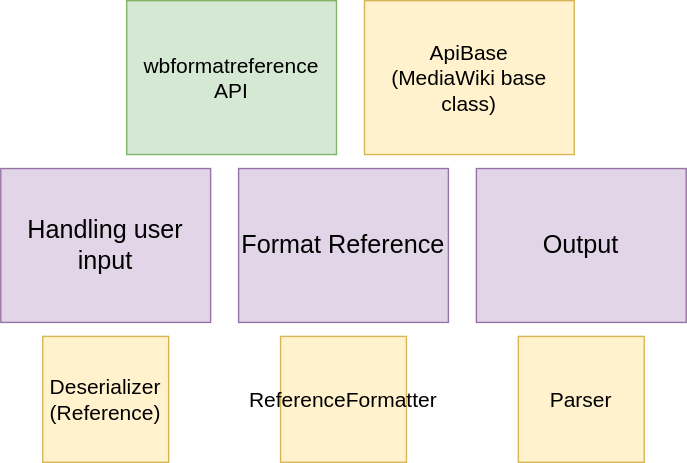
This is systems/WikibaseClient/diagrams/05-api-wbformatreference.drawio.svg from wmde/wikidata-wikibase-architecture, a draw.io export, as it was before one commit. Source tidied: cells renumbered, new cells last; positions are measured from the earlier drawing's top-left corner, leaving out a move shared by most shapes. The source it was exported from:
```xml
<mxGraphModel>
  <root>
    <mxCell id="0" />
    <mxCell id="1" parent="0" />
    <mxCell id="2" value="Format Reference" style="rounded=0;whiteSpace=wrap;html=1;fillColor=#e1d5e7;strokeColor=#9673a6;fontSize=18;fontStyle=0;" parent="1" vertex="1">
      <mxGeometry x="170" y="120" width="150" height="110" as="geometry" />
    </mxCell>
    <mxCell id="3" value="&lt;span style=&quot;font-size: 15px&quot;&gt;wbformatreference&lt;/span&gt;&lt;br style=&quot;font-size: 15px&quot;&gt;&lt;span style=&quot;font-size: 15px&quot;&gt;API&lt;/span&gt;" style="rounded=0;whiteSpace=wrap;html=1;fillColor=#d5e8d4;strokeColor=#82b366;" parent="1" vertex="1">
      <mxGeometry x="90" width="150" height="110" as="geometry" />
    </mxCell>
    <mxCell id="4" value="&lt;span style=&quot;font-size: 15px&quot;&gt;ApiBase&lt;/span&gt;&lt;div style=&quot;font-size: 15px&quot;&gt;&lt;span&gt;(MediaWiki base class)&lt;/span&gt;&lt;br&gt;&lt;/div&gt;" style="rounded=0;whiteSpace=wrap;html=1;fillColor=#fff2cc;strokeColor=#d6b656;" parent="1" vertex="1">
      <mxGeometry x="260" width="150" height="110" as="geometry" />
    </mxCell>
    <mxCell id="5" value="&lt;div&gt;ReferenceFormatter&lt;br&gt;&lt;/div&gt;" style="whiteSpace=wrap;html=1;fillColor=#fff2cc;strokeColor=#d6b656;fontSize=15;fontStyle=0;" parent="1" vertex="1">
      <mxGeometry x="200" y="240" width="90" height="90" as="geometry" />
    </mxCell>
    <mxCell id="6" value="&lt;div&gt;Deserializer&lt;br&gt;(Reference)&lt;/div&gt;" style="whiteSpace=wrap;html=1;fillColor=#fff2cc;strokeColor=#d6b656;fontSize=15;fontStyle=0;" parent="1" vertex="1">
      <mxGeometry x="30" y="240" width="90" height="90" as="geometry" />
    </mxCell>
    <mxCell id="7" value="Parser" style="whiteSpace=wrap;html=1;fillColor=#fff2cc;strokeColor=#d6b656;fontSize=15;fontStyle=0;" parent="1" vertex="1">
      <mxGeometry x="370" y="240" width="90" height="90" as="geometry" />
    </mxCell>
    <mxCell id="8" value="Handling user input" style="rounded=0;whiteSpace=wrap;html=1;fillColor=#e1d5e7;strokeColor=#9673a6;fontSize=18;fontStyle=0;" parent="1" vertex="1">
      <mxGeometry y="120" width="150" height="110" as="geometry" />
    </mxCell>
    <mxCell id="9" value="Output" style="rounded=0;whiteSpace=wrap;html=1;fillColor=#e1d5e7;strokeColor=#9673a6;fontSize=18;fontStyle=0;" parent="1" vertex="1">
      <mxGeometry x="340" y="120" width="150" height="110" as="geometry" />
    </mxCell>
  </root>
</mxGraphModel>
```
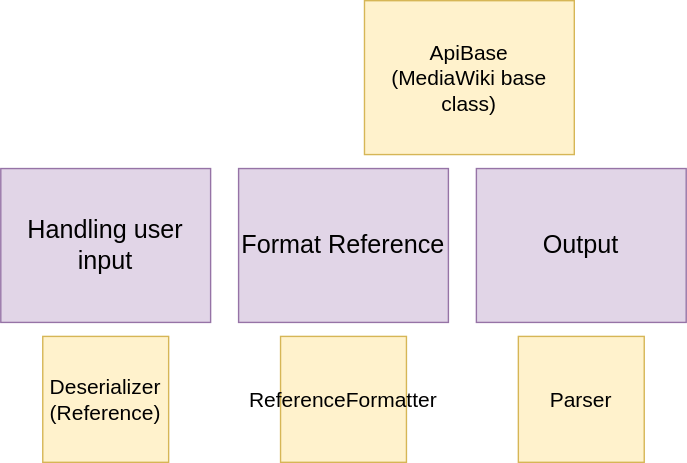
After the commit.

Change to the diagram source:
```diff
@@ -5,9 +5,6 @@
     <mxCell id="2" value="Format Reference" style="rounded=0;whiteSpace=wrap;html=1;fillColor=#e1d5e7;strokeColor=#9673a6;fontSize=18;fontStyle=0;" parent="1" vertex="1">
       <mxGeometry x="170" y="120" width="150" height="110" as="geometry" />
     </mxCell>
-    <mxCell id="3" value="&lt;span style=&quot;font-size: 15px&quot;&gt;wbformatreference&lt;/span&gt;&lt;br style=&quot;font-size: 15px&quot;&gt;&lt;span style=&quot;font-size: 15px&quot;&gt;API&lt;/span&gt;" style="rounded=0;whiteSpace=wrap;html=1;fillColor=#d5e8d4;strokeColor=#82b366;" parent="1" vertex="1">
-      <mxGeometry x="90" width="150" height="110" as="geometry" />
-    </mxCell>
     <mxCell id="4" value="&lt;span style=&quot;font-size: 15px&quot;&gt;ApiBase&lt;/span&gt;&lt;div style=&quot;font-size: 15px&quot;&gt;&lt;span&gt;(MediaWiki base class)&lt;/span&gt;&lt;br&gt;&lt;/div&gt;" style="rounded=0;whiteSpace=wrap;html=1;fillColor=#fff2cc;strokeColor=#d6b656;" parent="1" vertex="1">
       <mxGeometry x="260" width="150" height="110" as="geometry" />
     </mxCell>
```
